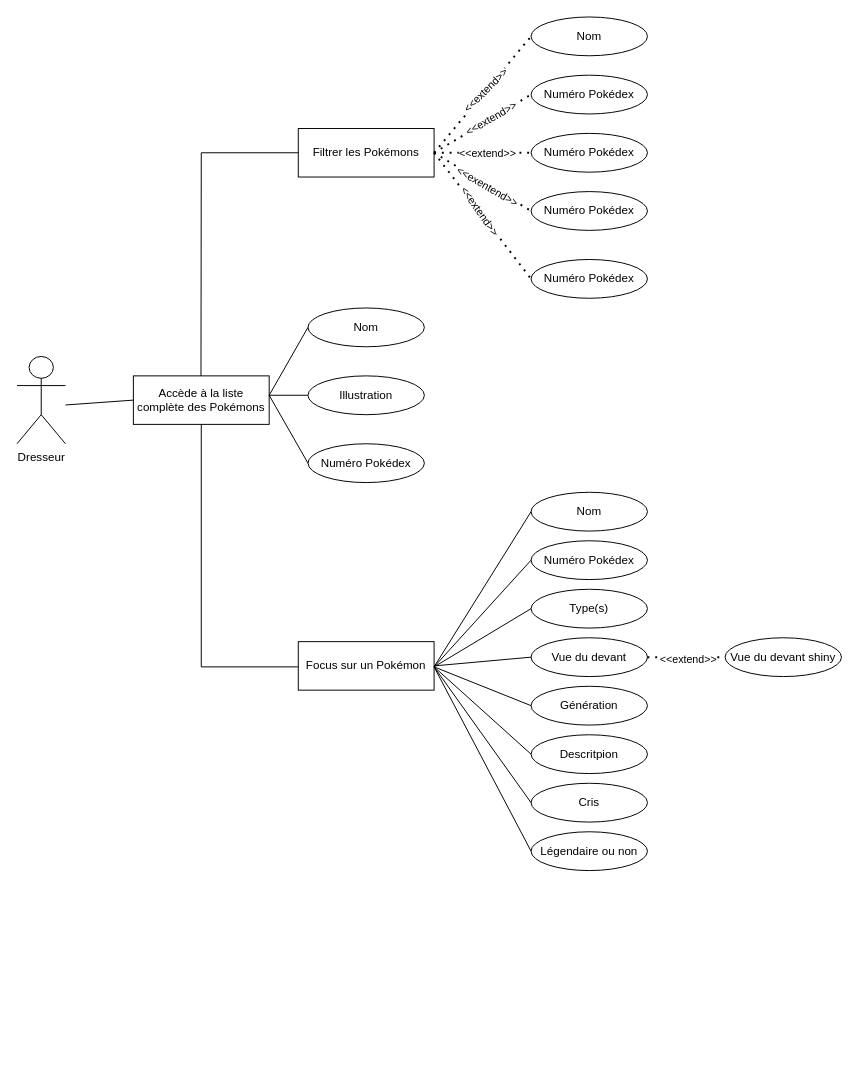
Above: public/Diagramme sans nom.drawio in EnguerranSGG/Pokedex_Project (draw.io), before the change. Source tidied: cells renumbered, new cells numbered last; positions are measured from the earlier drawing's top-left corner, leaving out a move shared by most shapes. Both pictures are drawn from the tidied source at 97%, with x=0, y=0 at pixel (16, 16).
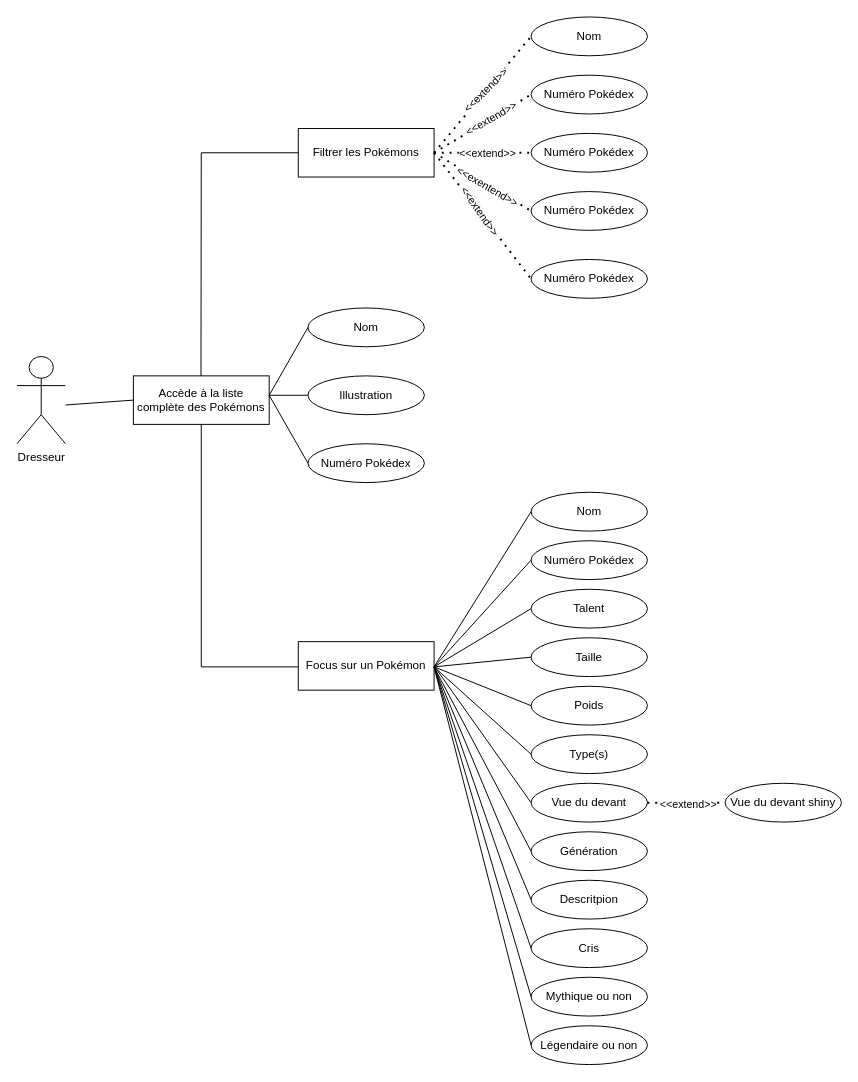
After the change.

Commit message:
Mettre à jour UCD.drawio

Diff of the diagram source:
```diff
@@
     <mxCell id="34" value="Légendaire ou non" style="ellipse;whiteSpace=wrap;html=1;" parent="1" vertex="1">
-      <mxGeometry x="530" y="840" width="120" height="40" as="geometry" />
+      <mxGeometry x="530" y="1040" width="120" height="40" as="geometry" />
     </mxCell>
@@
     <mxCell id="36" value="Cris" style="ellipse;whiteSpace=wrap;html=1;" parent="1" vertex="1">
-      <mxGeometry x="530" y="790" width="120" height="40" as="geometry" />
+      <mxGeometry x="530" y="940" width="120" height="40" as="geometry" />
     </mxCell>
     <mxCell id="37" value="Descritpion" style="ellipse;whiteSpace=wrap;html=1;" parent="1" vertex="1">
-      <mxGeometry x="530" y="740" width="120" height="40" as="geometry" />
+      <mxGeometry x="530" y="890" width="120" height="40" as="geometry" />
     </mxCell>
     <mxCell id="38" value="Génération" style="ellipse;whiteSpace=wrap;html=1;" parent="1" vertex="1">
-      <mxGeometry x="530" y="690" width="120" height="40" as="geometry" />
+      <mxGeometry x="530" y="840" width="120" height="40" as="geometry" />
     </mxCell>
     <mxCell id="39" value="Type(s)" style="ellipse;whiteSpace=wrap;html=1;" parent="1" vertex="1">
-      <mxGeometry x="530" y="590" width="120" height="40" as="geometry" />
+      <mxGeometry x="530" y="740" width="120" height="40" as="geometry" />
     </mxCell>
     <mxCell id="40" value="Vue du devant" style="ellipse;whiteSpace=wrap;html=1;" parent="1" vertex="1">
-      <mxGeometry x="530" y="640" width="120" height="40" as="geometry" />
+      <mxGeometry x="530" y="790" width="120" height="40" as="geometry" />
     </mxCell>
@@
     <mxCell id="49" value="Vue du devant shiny" style="ellipse;whiteSpace=wrap;html=1;" parent="1" vertex="1">
-      <mxGeometry x="730" y="640" width="120" height="40" as="geometry" />
+      <mxGeometry x="730" y="790" width="120" height="40" as="geometry" />
     </mxCell>
     <mxCell id="50" style="endArrow=none;dashed=1;html=1;dashPattern=1 3;strokeWidth=2;rounded=0;entryX=0;entryY=0.5;entryDx=0;entryDy=0;" parent="1" edge="1" target="49">
       <mxGeometry relative="1" as="geometry">
-        <mxPoint x="650" y="660" as="sourcePoint" />
+        <mxPoint x="650" y="810" as="sourcePoint" />
       </mxGeometry>
     </mxCell>
@@
+    <mxCell id="52" value="Taille" style="ellipse;whiteSpace=wrap;html=1;" parent="1" vertex="1">
+      <mxGeometry x="530" y="640" width="120" height="40" as="geometry" />
+    </mxCell>
+    <mxCell id="53" value="Poids" style="ellipse;whiteSpace=wrap;html=1;" parent="1" vertex="1">
+      <mxGeometry x="530" y="690" width="120" height="40" as="geometry" />
+    </mxCell>
+    <mxCell id="54" value="Talent" style="ellipse;whiteSpace=wrap;html=1;" parent="1" vertex="1">
+      <mxGeometry x="530" y="590" width="120" height="40" as="geometry" />
+    </mxCell>
+    <mxCell id="55" value="Mythique ou non" style="ellipse;whiteSpace=wrap;html=1;" parent="1" vertex="1">
+      <mxGeometry x="530" y="990" width="120" height="40" as="geometry" />
+    </mxCell>
+    <mxCell id="56" style="endArrow=none;html=1;rounded=0;entryX=0;entryY=0.5;entryDx=0;entryDy=0;" parent="1" edge="1" target="54">
+      <mxGeometry relative="1" as="geometry">
+        <mxPoint x="430" y="670" as="sourcePoint" />
+      </mxGeometry>
+    </mxCell>
+    <mxCell id="57" style="endArrow=none;html=1;rounded=0;entryX=0;entryY=0.5;entryDx=0;entryDy=0;" parent="1" edge="1" target="52">
+      <mxGeometry relative="1" as="geometry">
+        <mxPoint x="430" y="670" as="sourcePoint" />
+      </mxGeometry>
+    </mxCell>
+    <mxCell id="58" style="endArrow=none;html=1;rounded=0;entryX=0;entryY=0.5;entryDx=0;entryDy=0;" parent="1" edge="1" target="53">
+      <mxGeometry relative="1" as="geometry">
+        <mxPoint x="430" y="670" as="sourcePoint" />
+      </mxGeometry>
+    </mxCell>
+    <mxCell id="59" style="endArrow=none;html=1;rounded=0;entryX=0;entryY=0.5;entryDx=0;entryDy=0;" parent="1" edge="1" target="55">
+      <mxGeometry relative="1" as="geometry">
+        <mxPoint x="430" y="670" as="sourcePoint" />
+      </mxGeometry>
+    </mxCell>
```
